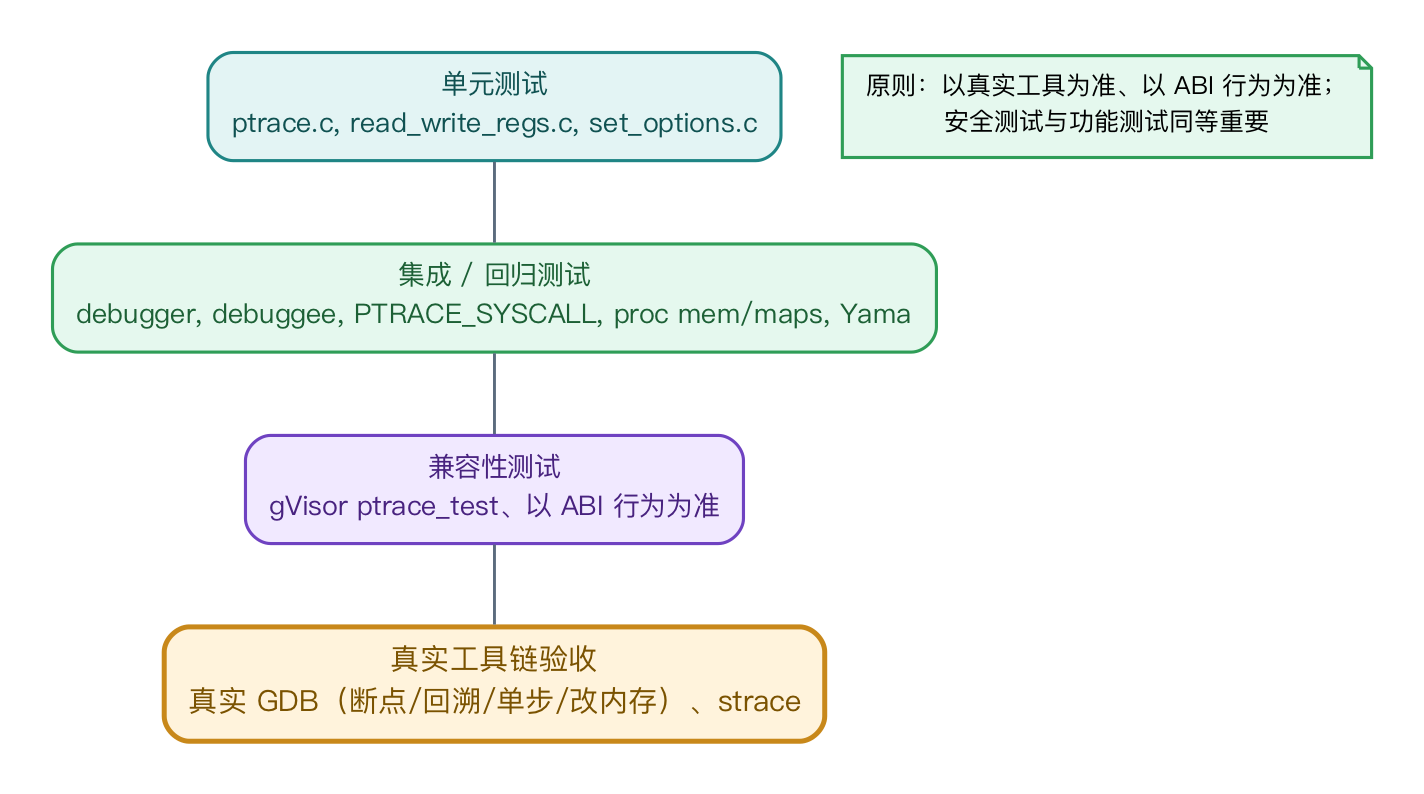
vvvvsv/asterinas keeps this Graphviz diagram as research_practice/assets/12_test_pyramid.png. Above is the earlier version. Its source is kept beside it as research_practice/assets/12_test_pyramid.dot.
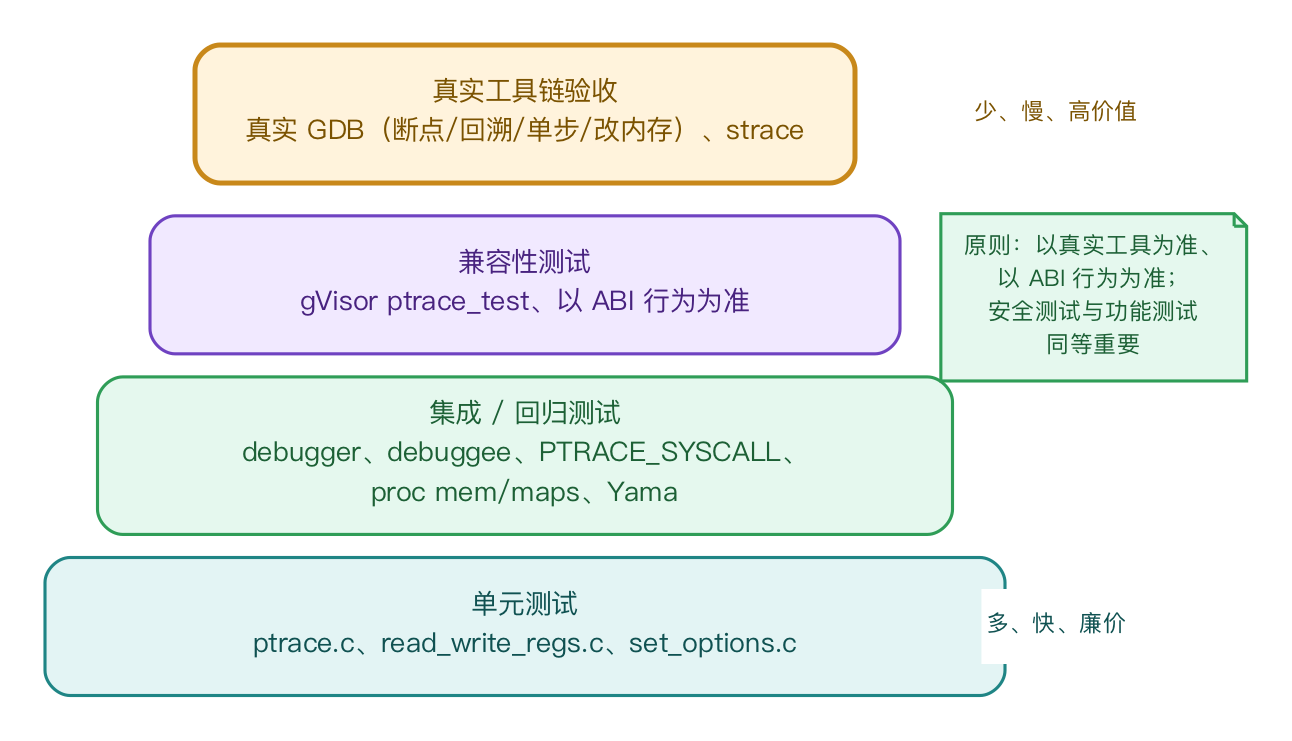
After the commit.

Change to the diagram source:
```diff
@@ -1,15 +1,12 @@
 digraph G {
-
-  graph [fontname="PingFang SC", bgcolor="white", pad="0.35", rankdir=TB, nodesep="0.4", ranksep="0.55"];
-  node  [fontname="PingFang SC", shape=box, style="rounded,filled", penwidth=1.5, margin="0.16,0.10", fontsize=13];
-  edge  [fontname="PingFang SC", color="#5b6b7d", penwidth=1.4, arrowsize=0.85, fontsize=11];
-  t4 [label="真实工具链验收\n真实 GDB（断点/回溯/单步/改内存）、strace", fillcolor="#FFF3DC", color="#C8881A", fontcolor="#7a5200", penwidth="2.4", fontsize="14"];
-  t3 [label="兼容性测试\ngVisor ptrace_test、以 ABI 行为为准", fillcolor="#F1E9FF", color="#6F42C1", fontcolor="#48227f"];
-  t2 [label="集成 / 回归测试\ndebugger, debuggee, PTRACE_SYSCALL, proc mem/maps, Yama", fillcolor="#E5F8EE", color="#2F9D57", fontcolor="#1c6035"];
-  t1 [label="单元测试\nptrace.c, read_write_regs.c, set_options.c", fillcolor="#E3F4F4", color="#1F8585", fontcolor="#0f5151"];
-
-  t1 -> t2 -> t3 -> t4 [dir=none];
-
-  note [shape=note, fontsize=12, fontname="PingFang SC", fillcolor="#E5F8EE", color="#2F9D57", style="filled",
-        label="原则：以真实工具为准、以 ABI 行为为准；\n安全测试与功能测试同等重要"];
+  graph [fontname="PingFang SC", bgcolor="white", pad="0.3", splines=true];
+  node [fontname="PingFang SC", shape=box, style="rounded,filled", penwidth=1.5, margin="0.16,0.12", fontsize=13];
+  edge [fontname="PingFang SC", color="#5b6b7d", penwidth=1.4, arrowsize=0.85, fontsize=11];
+  apex [label="真实工具链验收\n真实 GDB（断点/回溯/单步/改内存）、strace", fillcolor="#FFF3DC", color="#C8881A", fontcolor="#7a5200", pos="0,246", width="4.4", height="0.92", fixedsize="true", penwidth="2.4"];
+  t3 [label="兼容性测试\ngVisor ptrace_test、以 ABI 行为为准", fillcolor="#F1E9FF", color="#6F42C1", fontcolor="#48227f", pos="0,164", width="5.0", height="0.92", fixedsize="true"];
+  t2 [label="集成 / 回归测试\ndebugger、debuggee、PTRACE_SYSCALL、\nproc mem/maps、Yama", fillcolor="#E5F8EE", color="#2F9D57", fontcolor="#1c6035", pos="0,82", width="5.7", height="1.05", fixedsize="true"];
+  base [label="单元测试\nptrace.c、read_write_regs.c、set_options.c", fillcolor="#E3F4F4", color="#1F8585", fontcolor="#0f5151", pos="0,0", width="6.4", height="0.92", fixedsize="true"];
+  ann_top [shape=box, style="filled", fillcolor="white", color="white", penwidth=0, margin="0.03,0.01", fontsize=11, fontcolor="#7a5200", pos="255,246", label="少、慢、高价值"];
+  note1 [shape=note, style="filled", fillcolor="#E5F8EE", color="#2F9D57", fontsize=11, fontcolor="#1c6035", pos="273,158", label="原则：以真实工具为准、\n以 ABI 行为为准；\n安全测试与功能测试\n同等重要"];
+  ann_bot [shape=box, style="filled", fillcolor="white", color="white", penwidth=0, margin="0.03,0.01", fontsize=11, fontcolor="#0f5151", pos="255,0", label="多、快、廉价"];
 }
```
